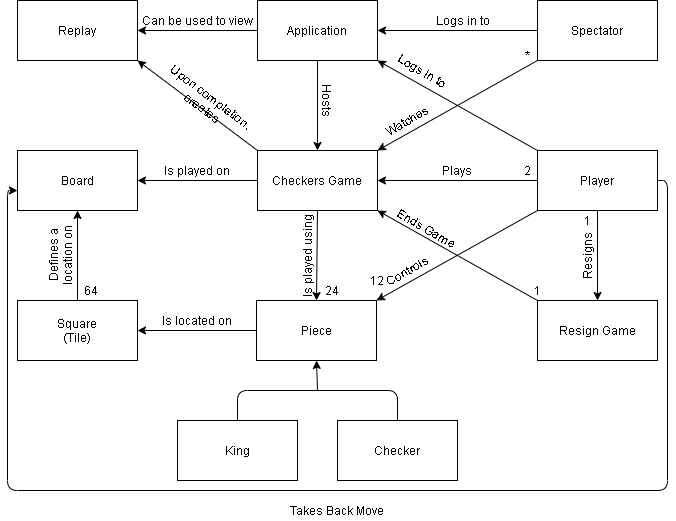
Above: docs/domain-model.png in arj6153/WebCheckers (draw.io), before the change. Source tidied: cells renumbered, new cells last; positions are measured from the earlier drawing's top-left corner, leaving out a move shared by most shapes.
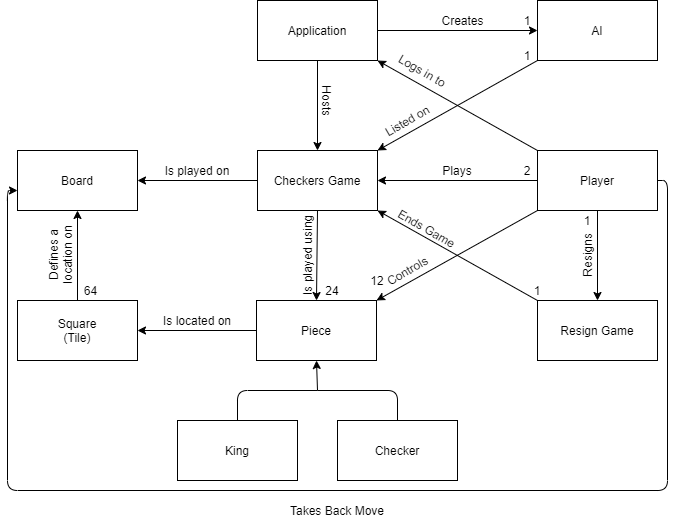
The same file after the commit.

Commit message:
domain-model updated

The edit, as a diff of the source:
```diff
@@ -14,14 +14,11 @@
     <mxCell id="5" value="Hosts" style="text;html=1;align=center;verticalAlign=middle;rotation=90;" parent="1" vertex="1">
       <mxGeometry x="295" y="90" width="50" height="20" as="geometry" />
     </mxCell>
-    <mxCell id="6" value="Spectator" style="rounded=0;whiteSpace=wrap;html=1;" parent="1" vertex="1">
+    <mxCell id="6" value="AI" style="rounded=0;whiteSpace=wrap;html=1;" parent="1" vertex="1">
       <mxGeometry x="530" width="120" height="60" as="geometry" />
     </mxCell>
-    <mxCell id="7" style="endArrow=classic;html=1;entryX=1;entryY=0.5;entryDx=0;entryDy=0;exitX=0;exitY=0.5;exitDx=0;exitDy=0;" parent="1" edge="1" source="6" target="3">
-      <mxGeometry relative="1" as="geometry" />
-    </mxCell>
-    <mxCell id="8" value="Logs in to" style="text;html=1;align=center;verticalAlign=middle;" parent="1" vertex="1">
-      <mxGeometry x="420" y="10" width="70" height="20" as="geometry" />
+    <mxCell id="8" value="Creates" style="text;html=1;align=center;verticalAlign=middle;" parent="1" vertex="1">
+      <mxGeometry x="425" y="10" width="60" height="20" as="geometry" />
     </mxCell>
     <mxCell id="9" value="Player&lt;br&gt;" style="rounded=0;whiteSpace=wrap;html=1;" parent="1" vertex="1">
       <mxGeometry x="530" y="150" width="120" height="60" as="geometry" />
@@ -38,11 +35,8 @@
     <mxCell id="13" value="Plays" style="text;html=1;strokeColor=none;fillColor=none;align=center;verticalAlign=middle;whiteSpace=wrap;rounded=0;" parent="1" vertex="1">
       <mxGeometry x="430" y="160" width="40" height="20" as="geometry" />
     </mxCell>
-    <mxCell id="14" style="endArrow=classic;html=1;entryX=1;entryY=0;entryDx=0;entryDy=0;exitX=0;exitY=1;exitDx=0;exitDy=0;" parent="1" edge="1" source="6" target="2">
-      <mxGeometry relative="1" as="geometry" />
-    </mxCell>
-    <mxCell id="15" value="Watches" style="text;html=1;strokeColor=none;fillColor=none;align=center;verticalAlign=middle;whiteSpace=wrap;rounded=0;rotation=-30;" parent="1" vertex="1">
-      <mxGeometry x="380" y="110" width="40" height="20" as="geometry" />
+    <mxCell id="15" value="Listed on" style="text;html=1;strokeColor=none;fillColor=none;align=center;verticalAlign=middle;whiteSpace=wrap;rounded=0;rotation=-30;" parent="1" vertex="1">
+      <mxGeometry x="360" y="110" width="80" height="20" as="geometry" />
     </mxCell>
     <mxCell id="16" value="Piece" style="rounded=0;whiteSpace=wrap;html=1;" parent="1" vertex="1">
       <mxGeometry x="249" y="300" width="120" height="60" as="geometry" />
@@ -77,21 +71,6 @@
     <mxCell id="26" value="Board" style="rounded=0;whiteSpace=wrap;html=1;" parent="1" vertex="1">
       <mxGeometry x="10" y="150" width="120" height="60" as="geometry" />
     </mxCell>
-    <mxCell id="27" value="Replay" style="rounded=0;whiteSpace=wrap;html=1;" parent="1" vertex="1">
-      <mxGeometry x="10" width="120" height="60" as="geometry" />
-    </mxCell>
-    <mxCell id="28" style="endArrow=classic;html=1;entryX=1;entryY=0.5;entryDx=0;entryDy=0;exitX=0;exitY=0.5;exitDx=0;exitDy=0;" parent="1" edge="1" source="3" target="27">
-      <mxGeometry relative="1" as="geometry" />
-    </mxCell>
-    <mxCell id="29" value="Can be used to view" style="text;html=1;strokeColor=none;fillColor=none;align=center;verticalAlign=middle;whiteSpace=wrap;rounded=0;" parent="1" vertex="1">
-      <mxGeometry x="130" y="10" width="120" height="20" as="geometry" />
-    </mxCell>
-    <mxCell id="30" style="endArrow=classic;html=1;entryX=1;entryY=1;entryDx=0;entryDy=0;exitX=0;exitY=0;exitDx=0;exitDy=0;" parent="1" edge="1" source="2" target="27">
-      <mxGeometry relative="1" as="geometry" />
-    </mxCell>
-    <mxCell id="31" value="Upon completion, creates" style="text;html=1;strokeColor=none;fillColor=none;align=center;verticalAlign=middle;whiteSpace=wrap;rounded=0;rotation=37;" parent="1" vertex="1">
-      <mxGeometry x="130" y="90" width="140" height="23.9" as="geometry" />
-    </mxCell>
     <mxCell id="32" style="endArrow=classic;html=1;entryX=0.5;entryY=1;entryDx=0;entryDy=0;exitX=0.5;exitY=0;exitDx=0;exitDy=0;" parent="1" edge="1" source="23" target="26">
       <mxGeometry relative="1" as="geometry" />
     </mxCell>
@@ -110,7 +89,7 @@
     <mxCell id="37" value="2" style="text;html=1;strokeColor=none;fillColor=none;align=center;verticalAlign=middle;whiteSpace=wrap;rounded=0;" parent="1" vertex="1">
       <mxGeometry x="510" y="160" width="20" height="20" as="geometry" />
     </mxCell>
-    <mxCell id="38" value="*" style="text;html=1;strokeColor=none;fillColor=none;align=center;verticalAlign=middle;whiteSpace=wrap;rounded=0;" parent="1" vertex="1">
+    <mxCell id="38" value="1" style="text;html=1;strokeColor=none;fillColor=none;align=center;verticalAlign=middle;whiteSpace=wrap;rounded=0;" parent="1" vertex="1">
       <mxGeometry x="510" y="50" width="20" height="10" as="geometry" />
     </mxCell>
     <mxCell id="39" value="King" style="rounded=0;whiteSpace=wrap;html=1;" parent="1" vertex="1">
@@ -176,5 +155,14 @@
     <mxCell id="52" value="Takes Back Move" style="text;html=1;strokeColor=none;fillColor=none;align=center;verticalAlign=middle;whiteSpace=wrap;rounded=0;" parent="1" vertex="1">
       <mxGeometry x="220" y="500" width="220" height="20" as="geometry" />
     </mxCell>
+    <mxCell id="53" style="endArrow=classic;html=1;entryX=0;entryY=0.5;entryDx=0;entryDy=0;exitX=1;exitY=0.5;exitDx=0;exitDy=0;" parent="1" edge="1" source="3" target="6">
+      <mxGeometry relative="1" as="geometry" />
+    </mxCell>
+    <mxCell id="54" style="endArrow=classic;html=1;exitX=1;exitY=1;exitDx=0;exitDy=0;entryX=1;entryY=0;entryDx=0;entryDy=0;" parent="1" edge="1" source="38" target="2">
+      <mxGeometry relative="1" as="geometry" />
+    </mxCell>
+    <mxCell id="55" value="1" style="text;html=1;strokeColor=none;fillColor=none;align=center;verticalAlign=middle;whiteSpace=wrap;rounded=0;" parent="1" vertex="1">
+      <mxGeometry x="510" y="15" width="20" height="10" as="geometry" />
+    </mxCell>
   </root>
 </mxGraphModel>
```
